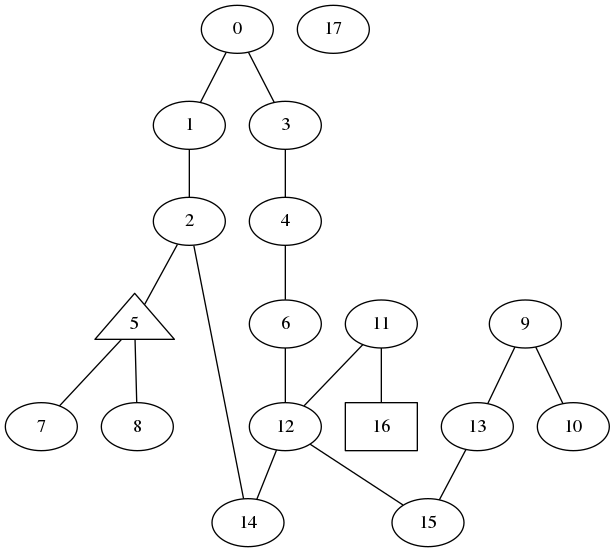
Earlier version of the Graphviz export vaidamerda.png (gabrielms98/acmsigspatial-giscup-2018). Its source is kept beside it as vaidamerda.dot.
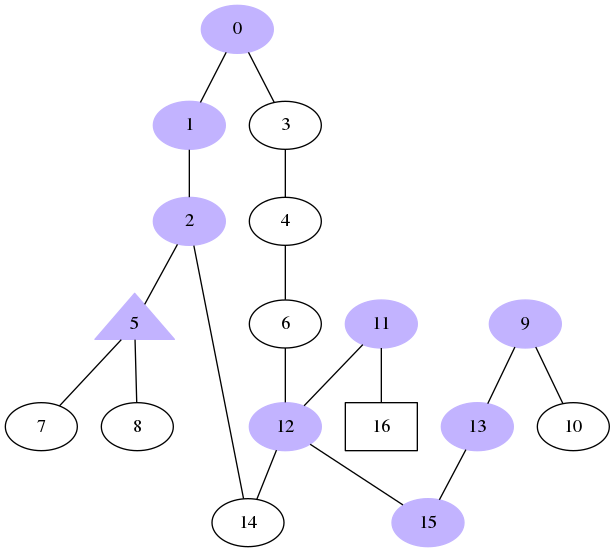
Above is the later version.

What changed in the source:
```diff
@@ -1,22 +1,21 @@
 graph G{
-0;
-1;
-2;
+0[color=".7 .3 1.0"][style=filled];
+1[color=".7 .3 1.0"][style=filled];
+2[color=".7 .3 1.0"][style=filled];
 3;
 4;
-5[shape=triangle];
+5[color=".7 .3 1.0"][style=filled][shape=triangle];
 6;
 7;
 8;
-9;
+9[color=".7 .3 1.0"][style=filled];
 10;
-11;
-12;
-13;
+11[color=".7 .3 1.0"][style=filled];
+12[color=".7 .3 1.0"][style=filled];
+13[color=".7 .3 1.0"][style=filled];
 14;
-15;
+15[color=".7 .3 1.0"][style=filled];
 16[shape=box];
-17;
 0 -- 1;
 0 -- 3;
 1 -- 2;
```
